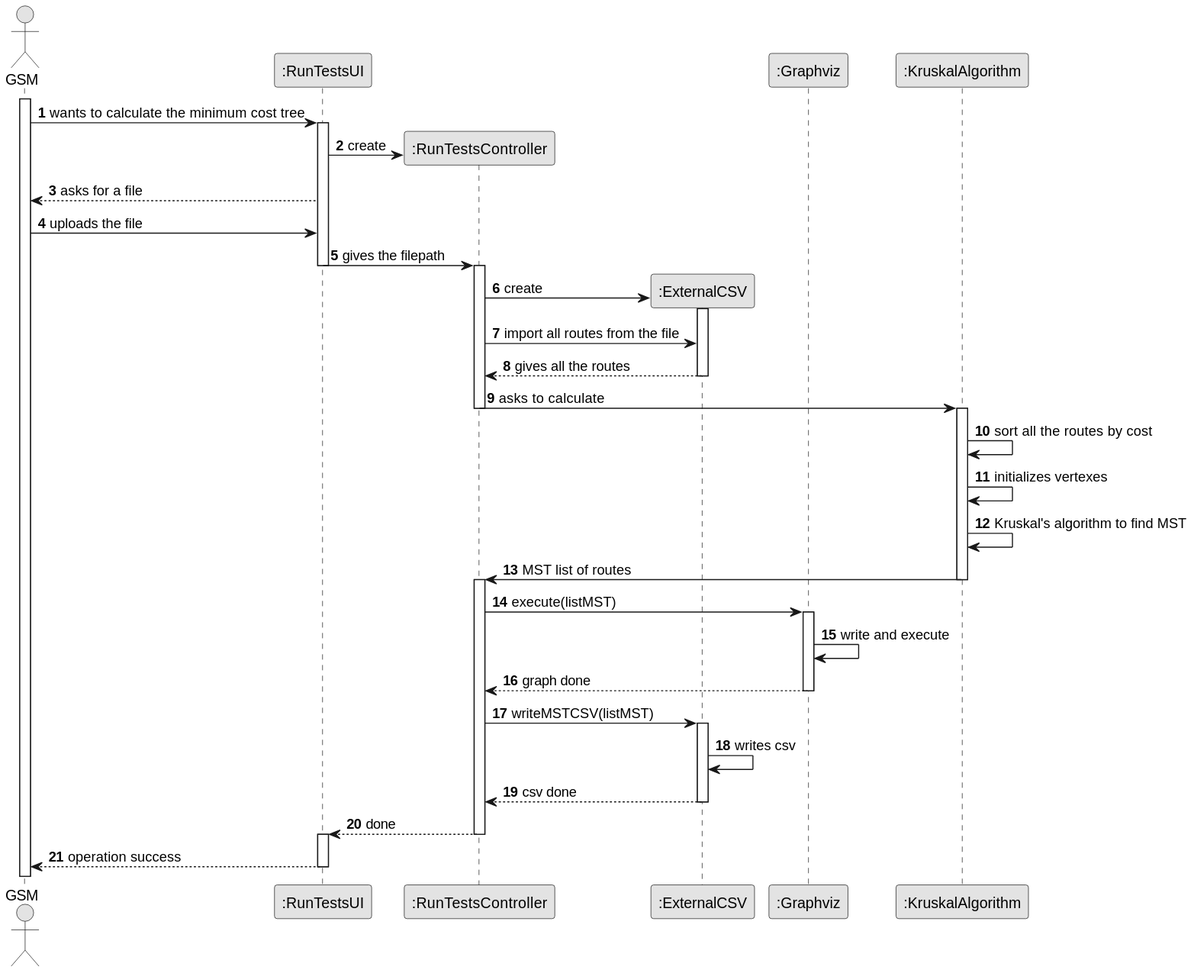
Earlier version of the PlantUML export docs/sprintB/us013/03.design/svg/us013-sequence-diagram-full.svg (ricardomm7/leaflink).
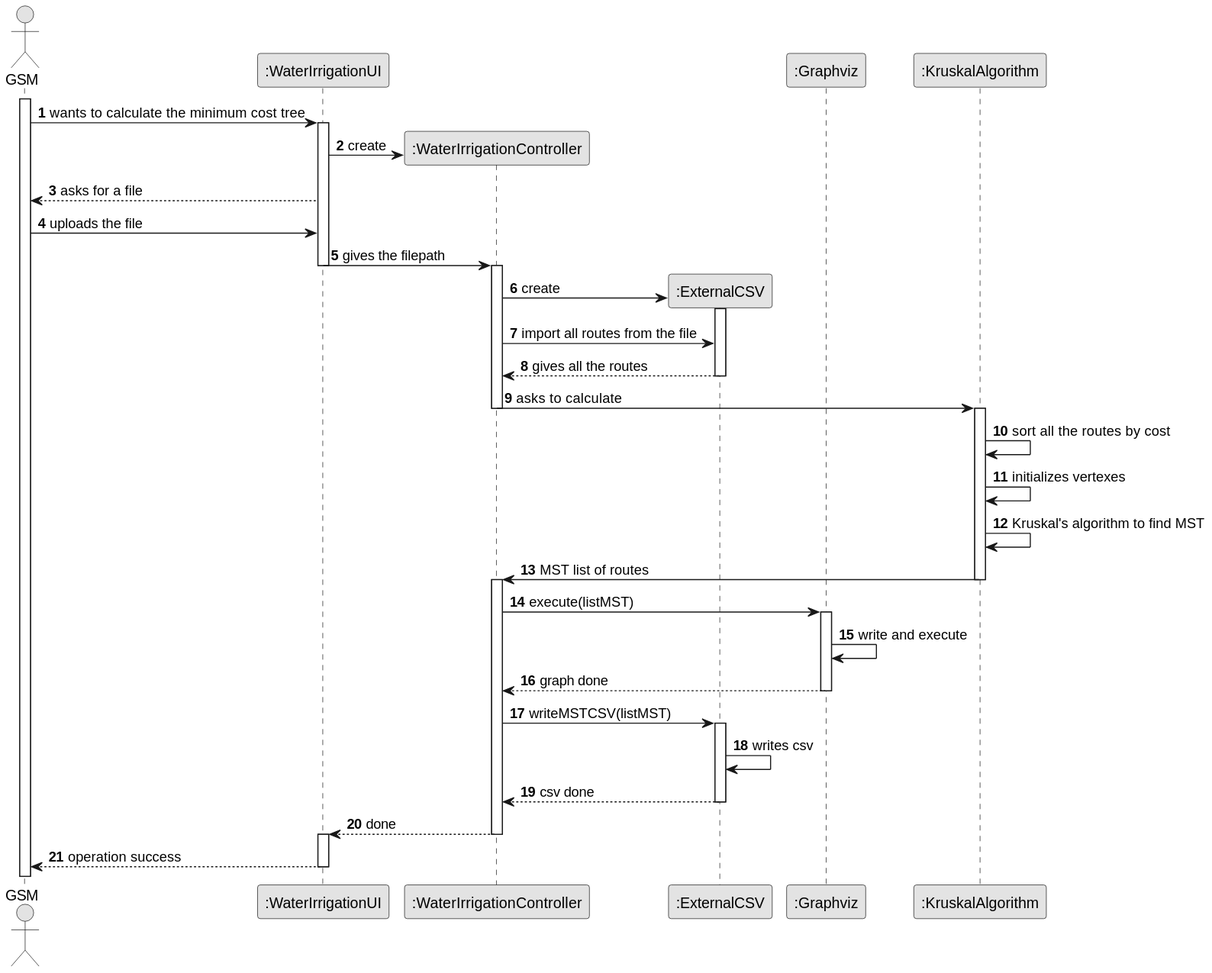
The same diagram one commit later.

What changed in the source:
```diff
@@ -6,8 +6,8 @@
 autonumber
 
 actor "GSM" as GSM
-participant ":RunTestsUI" as UI
-participant ":RunTestsController" as CTRL
+participant ":WaterIrrigationUI" as UI
+participant ":WaterIrrigationController" as CTRL
 participant ":ExternalCSV" as extenal
 participant ":Graphviz" as graph
 participant ":KruskalAlgorithm" as kskl
```
